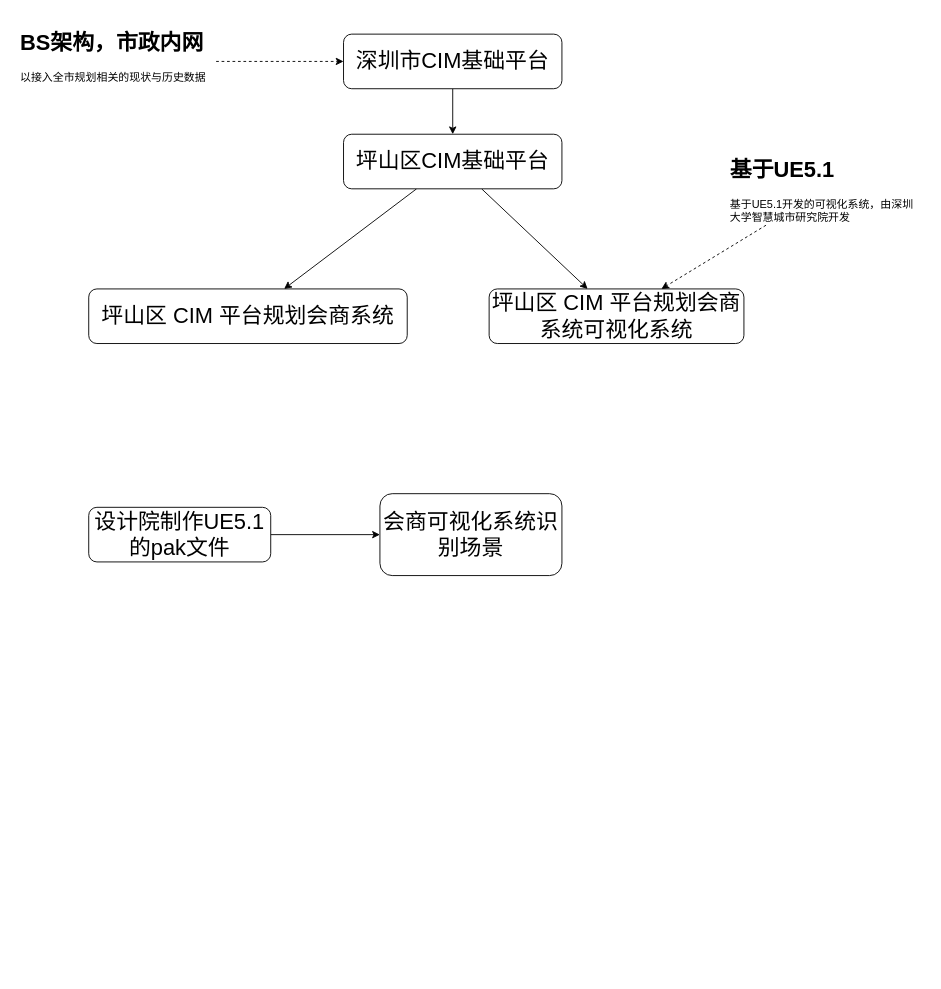
This is 深圳市CIM可视化系统.drawio from gaochaowyq/MinderGraph, a draw.io file, before an edit. Source tidied: cells renumbered, new cells numbered last; positions are measured from the earlier drawing's top-left corner, leaving out a move shared by most shapes. Both pictures are drawn from the tidied source at 91%, with x=0, y=0 at pixel (15, 25).
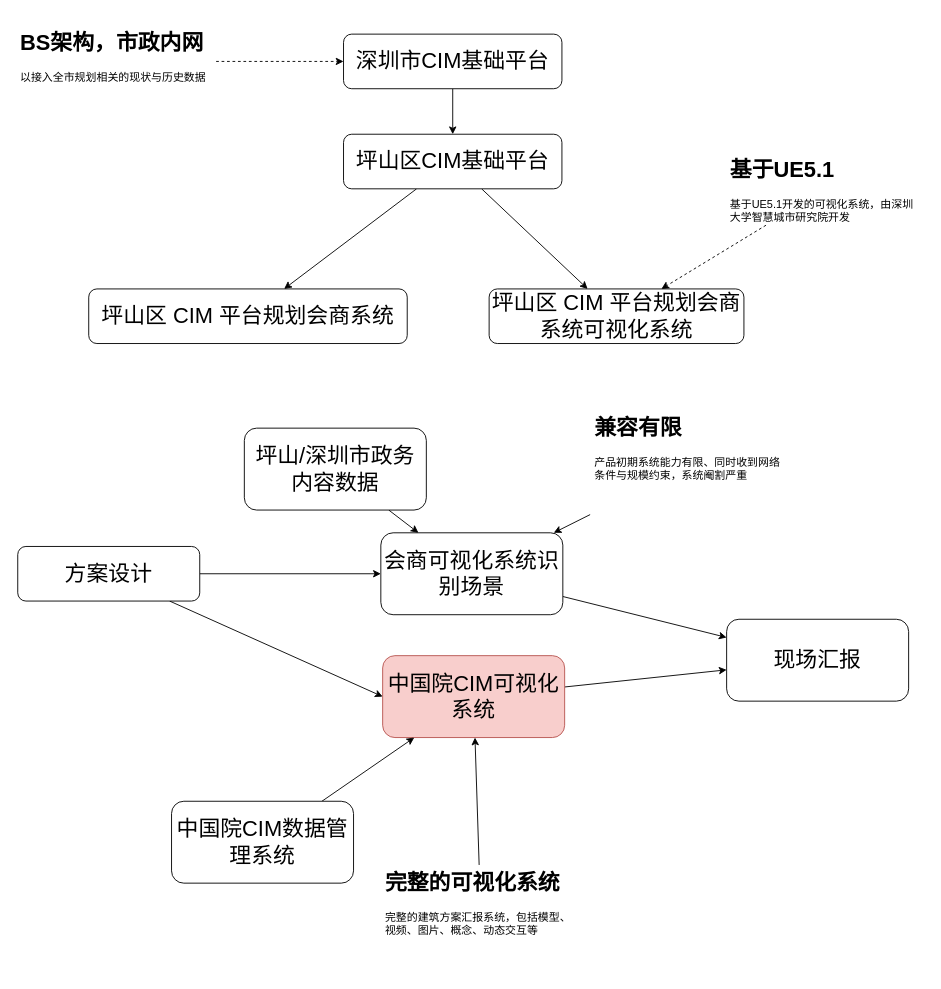
Above is the later version.

Commit message:
更新深圳市CIM可视化系统.drawio

What changed in the source:
```diff
@@
+    <mxCell id="16" style="rounded=0;jettySize=auto;html=1;entryX=0;entryY=0.5;entryDx=0;entryDy=0;" parent="1" edge="1" source="14" target="21">
+      <mxGeometry relative="1" as="geometry" />
+    </mxCell>
-    <mxCell id="14" value="&lt;font style=&quot;font-size: 24px;&quot;&gt;设计院制作UE5.1的pak文件&lt;/font&gt;" style="rounded=1;whiteSpace=wrap;html=1;" parent="1" vertex="1">
-      <mxGeometry x="80" y="530" width="200" height="60" as="geometry" />
+    <mxCell id="14" value="&lt;div style=&quot;font-size: 24px;&quot;&gt;方案设计&lt;/div&gt;" style="rounded=1;whiteSpace=wrap;html=1;" parent="1" vertex="1">
+      <mxGeometry x="2" y="573" width="200" height="60" as="geometry" />
     </mxCell>
+    <mxCell id="17" style="rounded=0;jettySize=auto;html=1;" parent="1" edge="1" source="15" target="24">
+      <mxGeometry relative="1" as="geometry" />
+    </mxCell>
     <mxCell id="15" value="&lt;font style=&quot;font-size: 24px;&quot;&gt;会商可视化系统识别场景&lt;/font&gt;" style="rounded=1;whiteSpace=wrap;html=1;" parent="1" vertex="1">
-      <mxGeometry x="400" y="515" width="200" height="90" as="geometry" />
+      <mxGeometry x="401" y="558" width="200" height="90" as="geometry" />
     </mxCell>
+    <mxCell id="18" style="rounded=0;jettySize=auto;html=1;" parent="1" edge="1" source="19" target="15">
+      <mxGeometry relative="1" as="geometry" />
+    </mxCell>
+    <mxCell id="19" value="&lt;font style=&quot;font-size: 24px;&quot;&gt;坪山/深圳市政务内容数据&lt;/font&gt;" style="rounded=1;whiteSpace=wrap;html=1;" parent="1" vertex="1">
+      <mxGeometry x="251" y="443" width="200" height="90" as="geometry" />
+    </mxCell>
+    <mxCell id="20" style="rounded=0;jettySize=auto;html=1;" parent="1" edge="1" source="21" target="24">
+      <mxGeometry relative="1" as="geometry" />
+    </mxCell>
+    <mxCell id="21" value="&lt;div style=&quot;font-size: 24px;&quot;&gt;中国院CIM可视化系统&lt;/div&gt;" style="rounded=1;whiteSpace=wrap;html=1;fillColor=#f8cecc;strokeColor=#b85450;" parent="1" vertex="1">
+      <mxGeometry x="403" y="693" width="200" height="90" as="geometry" />
+    </mxCell>
+    <mxCell id="22" style="rounded=0;jettySize=auto;html=1;" parent="1" edge="1" source="23" target="21">
+      <mxGeometry relative="1" as="geometry" />
+    </mxCell>
+    <mxCell id="23" value="&lt;font style=&quot;font-size: 24px;&quot;&gt;中国院CIM数据管理系统&lt;/font&gt;" style="rounded=1;whiteSpace=wrap;html=1;" parent="1" vertex="1">
+      <mxGeometry x="171" y="853" width="200" height="90" as="geometry" />
+    </mxCell>
+    <mxCell id="24" value="&lt;font style=&quot;font-size: 24px;&quot;&gt;现场汇报&lt;/font&gt;" style="rounded=1;whiteSpace=wrap;html=1;" parent="1" vertex="1">
+      <mxGeometry x="781" y="653" width="200" height="90" as="geometry" />
+    </mxCell>
+    <mxCell id="25" style="rounded=0;jettySize=auto;html=1;" parent="1" edge="1" source="26" target="21">
+      <mxGeometry relative="1" as="geometry" />
+    </mxCell>
+    <mxCell id="26" value="&lt;h1&gt;完整的可视化系统&lt;/h1&gt;&lt;div&gt;完整的建筑方案汇报系统，包括模型、视频、图片、概念、动态交互等&lt;br&gt;&lt;/div&gt;" style="text;html=1;strokeColor=none;fillColor=none;spacing=5;spacingTop=-20;whiteSpace=wrap;overflow=hidden;rounded=0;" parent="1" vertex="1">
+      <mxGeometry x="401" y="923" width="220" height="120" as="geometry" />
+    </mxCell>
+    <mxCell id="27" style="rounded=0;jettySize=auto;html=1;" parent="1" edge="1" source="28" target="15">
+      <mxGeometry relative="1" as="geometry" />
+    </mxCell>
+    <mxCell id="28" value="&lt;h1&gt;兼容有限&lt;/h1&gt;&lt;div&gt;产品初期系统能力有限、同时收到网络条件与规模约束，系统阉割严重&lt;br&gt;&lt;/div&gt;" style="text;html=1;strokeColor=none;fillColor=none;spacing=5;spacingTop=-20;whiteSpace=wrap;overflow=hidden;rounded=0;" parent="1" vertex="1">
+      <mxGeometry x="631" y="423" width="220" height="120" as="geometry" />
+    </mxCell>
```
